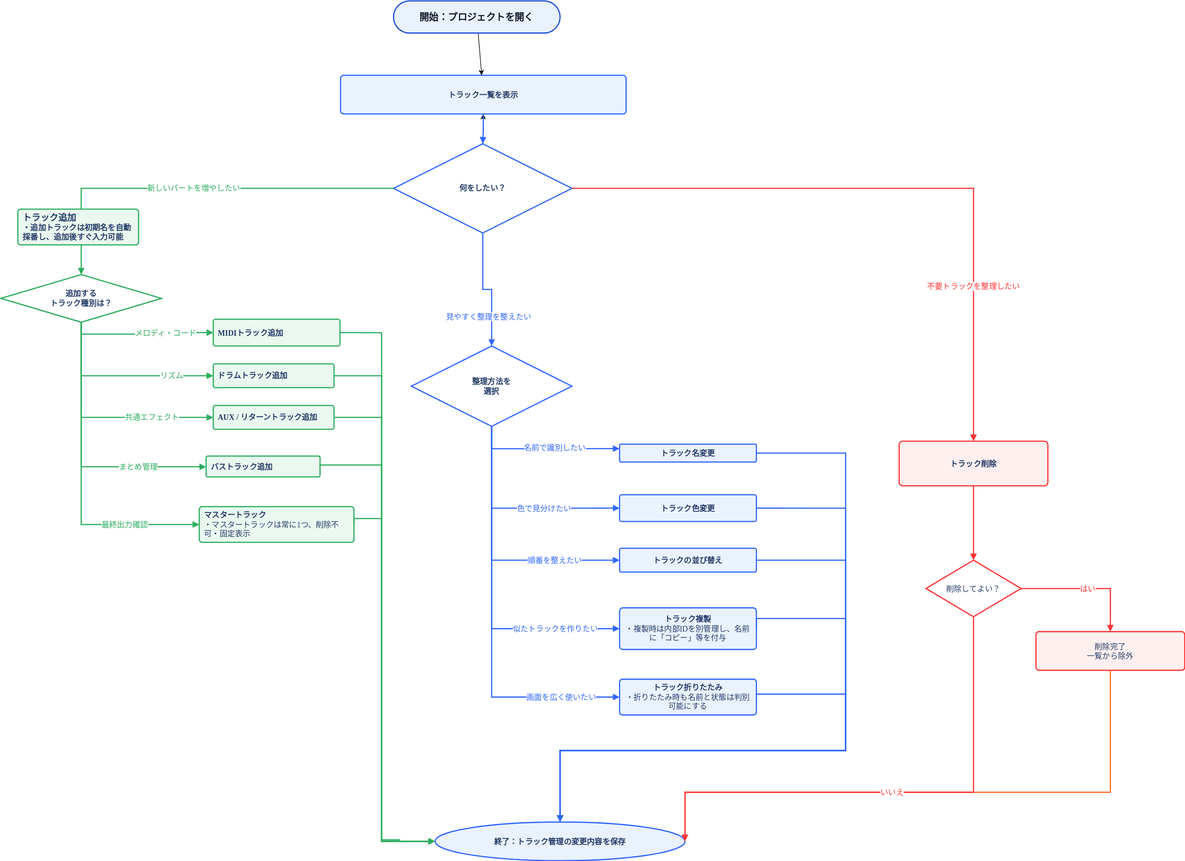
FujiJPProject/MusicflowsDocument keeps this draw.io diagram as ②設計/ユーザーフロー図/images/userflows2.drawio.svg. Above is the earlier version. Source tidied: cells renumbered, new cells last; positions are measured from the earlier drawing's top-left corner, leaving out a move shared by most shapes.
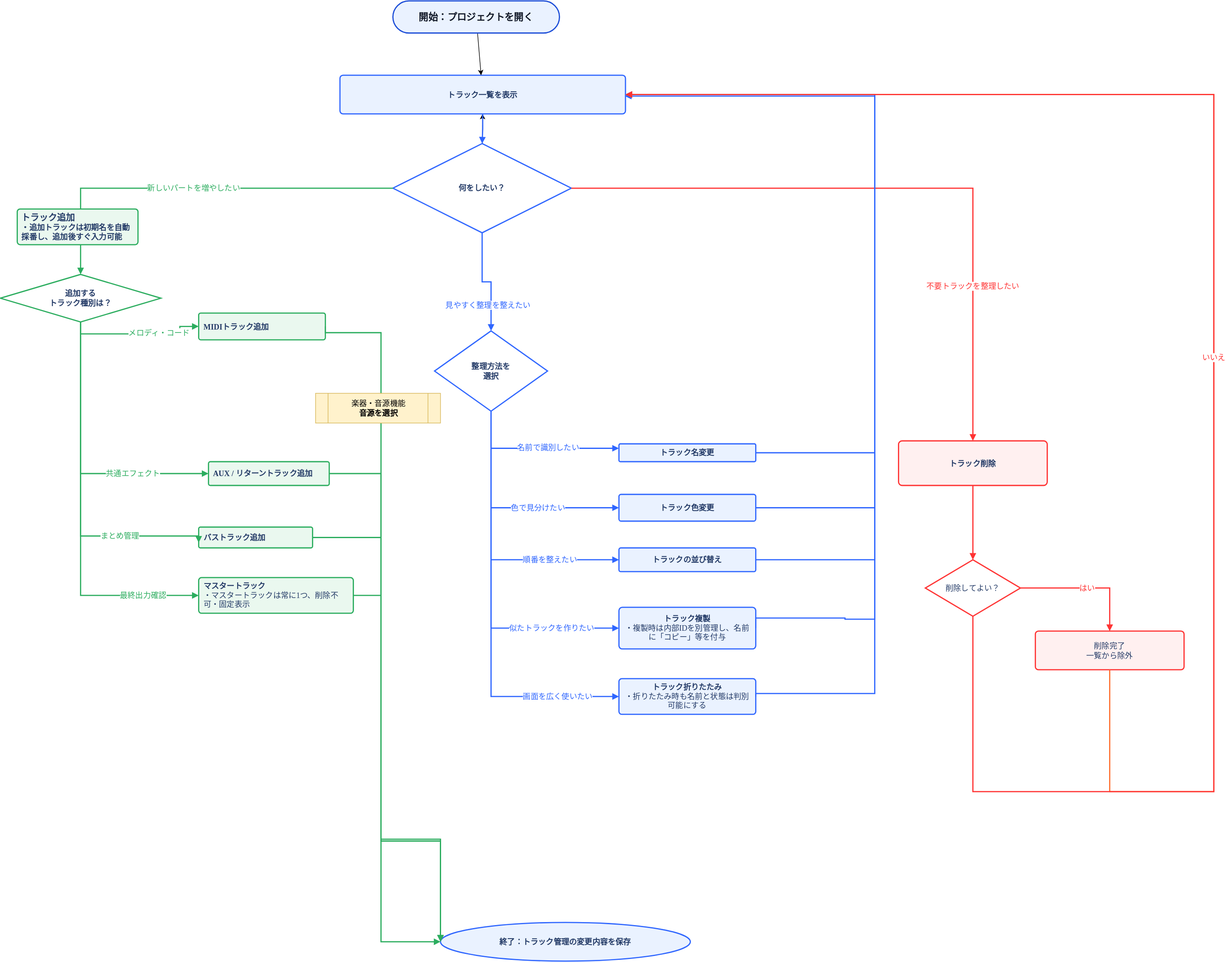
Later version of the same file.

Commit message:
楽器・音源機能のユーザーフロー図作成

What changed in the source:
```diff
@@ -18,22 +18,19 @@
       <mxGeometry y="460" width="270" height="80" as="geometry" />
     </mxCell>
     <mxCell id="7" value="MIDIトラック追加" style="rounded=1;fontFamily=Yu Gothic;html=1;whiteSpace=wrap;fillColor=#EAF8EF;strokeColor=#2CAD5F;strokeWidth=2;fontSize=13;fontColor=#243B67;spacing=8;arcSize=8;labelBorderColor=none;fontStyle=1;align=left;" parent="1" vertex="1">
-      <mxGeometry x="357" y="535" width="213" height="45" as="geometry" />
+      <mxGeometry x="333.5" y="525" width="213" height="45" as="geometry" />
     </mxCell>
-    <mxCell id="8" value="ドラムトラック追加" style="rounded=1;fontFamily=Yu Gothic;html=1;whiteSpace=wrap;fillColor=#EAF8EF;strokeColor=#2CAD5F;strokeWidth=2;fontSize=13;fontColor=#243B67;spacing=8;arcSize=8;labelBorderColor=none;fontStyle=1;align=left;" parent="1" vertex="1">
-      <mxGeometry x="357" y="610" width="203" height="40" as="geometry" />
-    </mxCell>
     <mxCell id="9" value="AUX / リターントラック追加" style="rounded=1;fontFamily=Yu Gothic;html=1;whiteSpace=wrap;fillColor=#EAF8EF;strokeColor=#2CAD5F;strokeWidth=2;fontSize=13;fontColor=#243B67;spacing=8;arcSize=8;labelBorderColor=none;fontStyle=1;align=left;" parent="1" vertex="1">
-      <mxGeometry x="357" y="680" width="203" height="40" as="geometry" />
+      <mxGeometry x="350" y="775" width="203" height="40" as="geometry" />
     </mxCell>
     <mxCell id="10" value="バストラック追加" style="rounded=1;fontFamily=Yu Gothic;html=1;whiteSpace=wrap;fillColor=#EAF8EF;strokeColor=#2CAD5F;strokeWidth=2;fontSize=13;fontColor=#243B67;spacing=8;arcSize=8;labelBorderColor=none;fontStyle=1;align=left;" parent="1" vertex="1">
-      <mxGeometry x="345" y="765" width="191.5" height="35" as="geometry" />
+      <mxGeometry x="333.5" y="885" width="191.5" height="35" as="geometry" />
     </mxCell>
     <mxCell id="11" value="マスタートラック&lt;br&gt;&lt;span style=&quot;color: rgb(36, 59, 103); font-weight: 400;&quot;&gt;・マスタートラックは常に1つ、削除不可・固定表示&lt;/span&gt;" style="rounded=1;fontFamily=Yu Gothic;html=1;whiteSpace=wrap;fillColor=#EAF8EF;strokeColor=#2CAD5F;strokeWidth=2;fontSize=13;fontColor=#243B67;spacing=8;arcSize=8;labelBorderColor=none;fontStyle=1;align=left;" parent="1" vertex="1">
-      <mxGeometry x="333.5" y="850" width="260" height="60" as="geometry" />
+      <mxGeometry x="333.5" y="970" width="260" height="60" as="geometry" />
     </mxCell>
     <mxCell id="12" value="整理方法を&lt;br&gt;選択" style="rhombus;fontFamily=Yu Gothic;html=1;whiteSpace=wrap;fillColor=#FFFFFF;strokeColor=#2F66FF;strokeWidth=2;fontSize=13;fontColor=#243B67;spacing=8;labelBorderColor=none;fontStyle=1;" parent="1" vertex="1">
-      <mxGeometry x="690" y="580" width="270" height="135" as="geometry" />
+      <mxGeometry x="730" y="555" width="190" height="135" as="geometry" />
     </mxCell>
     <mxCell id="13" value="トラック色変更" style="rounded=1;fontFamily=Yu Gothic;html=1;whiteSpace=wrap;fillColor=#EAF2FF;strokeColor=#2F66FF;strokeWidth=2;fontSize=13;fontColor=#243B67;spacing=8;arcSize=8;labelBorderColor=none;fontStyle=1;" parent="1" vertex="1">
       <mxGeometry x="1040" y="830" width="230" height="45" as="geometry" />
@@ -54,7 +51,7 @@
       <mxGeometry x="1740" y="1060" width="250" height="65" as="geometry" />
     </mxCell>
     <mxCell id="19" value="終了：トラック管理の変更内容を保存" style="ellipse;fontFamily=Yu Gothic;html=1;whiteSpace=wrap;rounded=1;fillColor=#EAF2FF;strokeColor=#2F66FF;strokeWidth=2;fontSize=13;fontColor=#243B67;spacing=8;labelBorderColor=none;fontStyle=1;" parent="1" vertex="1">
-      <mxGeometry x="730" y="1380" width="420" height="65" as="geometry" />
+      <mxGeometry x="740" y="1550" width="420" height="65" as="geometry" />
     </mxCell>
     <mxCell id="20" value="新しいパートを増やしたい" style="edgeStyle=orthogonalEdgeStyle;rounded=0;jettySize=auto;html=1;endArrow=block;endFill=1;strokeWidth=2;strokeColor=#2CAD5F;fontColor=#2CAD5F;fontSize=13;fontFamily=Yu Gothic;labelBorderColor=none;entryX=0.5;entryY=0;entryDx=0;entryDy=0;" parent="1" edge="1" source="4" target="6">
       <mxGeometry relative="1" as="geometry" />
@@ -73,18 +70,17 @@
         <mxPoint x="1" as="offset" />
       </mxGeometry>
     </mxCell>
-    <mxCell id="25" value="まとめ管理" style="edgeStyle=orthogonalEdgeStyle;rounded=0;jettySize=auto;html=1;endArrow=block;endFill=1;strokeWidth=2;strokeColor=#2CAD5F;fontColor=#2CAD5F;fontSize=13;fontFamily=Yu Gothic;labelBorderColor=none;exitX=0.5;exitY=1;exitDx=0;exitDy=0;" parent="1" edge="1" source="6" target="10">
+    <mxCell id="25" value="まとめ管理" style="edgeStyle=orthogonalEdgeStyle;rounded=0;jettySize=auto;html=1;endArrow=block;endFill=1;strokeWidth=2;strokeColor=#2CAD5F;fontColor=#2CAD5F;fontSize=13;fontFamily=Yu Gothic;labelBorderColor=none;exitX=0.5;exitY=1;exitDx=0;exitDy=0;entryX=0;entryY=0.75;entryDx=0;entryDy=0;" parent="1" edge="1" source="6" target="10">
       <mxGeometry x="0.5" relative="1" as="geometry">
         <Array as="points">
-          <mxPoint x="135" y="783" />
+          <mxPoint x="135" y="900" />
+          <mxPoint x="334" y="900" />
         </Array>
         <mxPoint x="-1" as="offset" />
       </mxGeometry>
     </mxCell>
     <mxCell id="26" value="最終出力確認" style="edgeStyle=orthogonalEdgeStyle;rounded=0;jettySize=auto;html=1;endArrow=block;endFill=1;strokeWidth=2;strokeColor=#2CAD5F;fontColor=#2CAD5F;fontSize=13;fontFamily=Yu Gothic;labelBorderColor=none;entryX=0;entryY=0.5;entryDx=0;entryDy=0;exitX=0.5;exitY=1;exitDx=0;exitDy=0;" parent="1" edge="1" source="6" target="11">
-      <mxGeometry x="0.53" relative="1" as="geometry">
-        <mxPoint x="1" as="offset" />
-      </mxGeometry>
+      <mxGeometry x="0.72" relative="1" as="geometry" />
     </mxCell>
     <mxCell id="27" style="edgeStyle=orthogonalEdgeStyle;rounded=0;jettySize=auto;html=1;endArrow=block;endFill=1;strokeWidth=2;strokeColor=#2CAD5F;fontColor=#2CAD5F;fontSize=13;fontFamily=Yu Gothic;labelBorderColor=none;exitX=1;exitY=0.5;exitDx=0;exitDy=0;entryX=0;entryY=0.5;entryDx=0;entryDy=0;" parent="1" edge="1" source="7" target="19">
       <mxGeometry relative="1" as="geometry">
@@ -94,38 +90,29 @@
         </Array>
       </mxGeometry>
     </mxCell>
-    <mxCell id="28" style="edgeStyle=orthogonalEdgeStyle;rounded=0;jettySize=auto;html=1;endArrow=block;endFill=1;strokeWidth=2;strokeColor=#2CAD5F;fontColor=#2CAD5F;fontSize=13;fontFamily=Yu Gothic;labelBorderColor=none;exitX=1;exitY=0.5;exitDx=0;exitDy=0;entryX=0;entryY=0.5;entryDx=0;entryDy=0;" parent="1" edge="1" source="8" target="19">
-      <mxGeometry relative="1" as="geometry">
-        <Array as="points">
-          <mxPoint x="640" y="630" />
-          <mxPoint x="640" y="1413" />
-        </Array>
-      </mxGeometry>
-    </mxCell>
     <mxCell id="29" style="edgeStyle=orthogonalEdgeStyle;rounded=0;jettySize=auto;html=1;endArrow=block;endFill=1;strokeWidth=2;strokeColor=#2CAD5F;fontColor=#2CAD5F;fontSize=13;fontFamily=Yu Gothic;labelBorderColor=none;exitX=1;exitY=0.5;exitDx=0;exitDy=0;entryX=0;entryY=0.5;entryDx=0;entryDy=0;" parent="1" edge="1" source="9" target="19">
       <mxGeometry relative="1" as="geometry">
         <Array as="points">
-          <mxPoint x="640" y="700" />
+          <mxPoint x="640" y="795" />
           <mxPoint x="640" y="1413" />
+          <mxPoint x="740" y="1413" />
         </Array>
       </mxGeometry>
     </mxCell>
     <mxCell id="30" style="edgeStyle=orthogonalEdgeStyle;rounded=0;jettySize=auto;html=1;endArrow=block;endFill=1;strokeWidth=2;strokeColor=#2CAD5F;fontColor=#2CAD5F;fontSize=13;fontFamily=Yu Gothic;labelBorderColor=none;exitX=1;exitY=0.5;exitDx=0;exitDy=0;entryX=0;entryY=0.5;entryDx=0;entryDy=0;" parent="1" edge="1" source="10" target="19">
       <mxGeometry relative="1" as="geometry">
         <Array as="points">
-          <mxPoint x="537" y="780" />
-          <mxPoint x="640" y="780" />
-          <mxPoint x="640" y="1413" />
+          <mxPoint x="640" y="903" />
+          <mxPoint x="640" y="1583" />
         </Array>
       </mxGeometry>
     </mxCell>
     <mxCell id="31" style="edgeStyle=orthogonalEdgeStyle;rounded=0;jettySize=auto;html=1;endArrow=block;endFill=1;strokeWidth=2;strokeColor=#2CAD5F;fontColor=#2CAD5F;fontSize=13;fontFamily=Yu Gothic;labelBorderColor=none;exitX=1;exitY=0.5;exitDx=0;exitDy=0;entryX=0;entryY=0.5;entryDx=0;entryDy=0;" parent="1" edge="1" source="11" target="19">
       <mxGeometry relative="1" as="geometry">
         <Array as="points">
-          <mxPoint x="594" y="870" />
-          <mxPoint x="640" y="870" />
+          <mxPoint x="640" y="1000" />
           <mxPoint x="640" y="1410" />
-          <mxPoint x="670" y="1410" />
+          <mxPoint x="740" y="1410" />
         </Array>
       </mxGeometry>
     </mxCell>
@@ -155,50 +142,47 @@
         </Array>
       </mxGeometry>
     </mxCell>
-    <mxCell id="37" style="edgeStyle=orthogonalEdgeStyle;rounded=0;jettySize=auto;html=1;endArrow=block;endFill=1;strokeWidth=2;strokeColor=#2F66FF;fontColor=#2F66FF;fontSize=13;fontFamily=Yu Gothic;labelBorderColor=none;exitX=1;exitY=0.5;exitDx=0;exitDy=0;entryX=0.5;entryY=0;entryDx=0;entryDy=0;" parent="1" edge="1" source="49" target="19">
+    <mxCell id="37" style="edgeStyle=orthogonalEdgeStyle;rounded=0;jettySize=auto;html=1;endArrow=block;endFill=1;strokeWidth=2;strokeColor=#2F66FF;fontColor=#2F66FF;fontSize=13;fontFamily=Yu Gothic;labelBorderColor=none;exitX=1;exitY=0.5;exitDx=0;exitDy=0;entryX=1;entryY=0.5;entryDx=0;entryDy=0;" parent="1" edge="1" source="49" target="2">
       <mxGeometry relative="1" as="geometry">
         <Array as="points">
-          <mxPoint x="1420" y="760" />
-          <mxPoint x="1420" y="1260" />
-          <mxPoint x="940" y="1260" />
+          <mxPoint x="1470" y="760" />
+          <mxPoint x="1470" y="157" />
         </Array>
       </mxGeometry>
     </mxCell>
-    <mxCell id="38" style="edgeStyle=orthogonalEdgeStyle;rounded=0;jettySize=auto;html=1;endArrow=block;endFill=1;strokeWidth=2;strokeColor=#2F66FF;fontColor=#2F66FF;fontSize=13;fontFamily=Yu Gothic;labelBorderColor=none;exitX=1;exitY=0.5;exitDx=0;exitDy=0;entryX=0.5;entryY=0;entryDx=0;entryDy=0;" parent="1" edge="1" source="13" target="19">
+    <mxCell id="38" style="edgeStyle=orthogonalEdgeStyle;rounded=0;jettySize=auto;html=1;endArrow=block;endFill=1;strokeWidth=2;strokeColor=#2F66FF;fontColor=#2F66FF;fontSize=13;fontFamily=Yu Gothic;labelBorderColor=none;exitX=1;exitY=0.5;exitDx=0;exitDy=0;entryX=1;entryY=0.5;entryDx=0;entryDy=0;" parent="1" edge="1" source="13" target="2">
       <mxGeometry relative="1" as="geometry">
         <Array as="points">
-          <mxPoint x="1420" y="853" />
-          <mxPoint x="1420" y="1260" />
-          <mxPoint x="940" y="1260" />
+          <mxPoint x="1470" y="853" />
+          <mxPoint x="1470" y="157" />
         </Array>
       </mxGeometry>
     </mxCell>
-    <mxCell id="39" style="edgeStyle=orthogonalEdgeStyle;rounded=0;jettySize=auto;html=1;endArrow=block;endFill=1;strokeWidth=2;strokeColor=#2F66FF;fontColor=#2F66FF;fontSize=13;fontFamily=Yu Gothic;labelBorderColor=none;exitX=1;exitY=0.5;exitDx=0;exitDy=0;entryX=0.5;entryY=0;entryDx=0;entryDy=0;" parent="1" edge="1" source="50" target="19">
+    <mxCell id="39" style="edgeStyle=orthogonalEdgeStyle;rounded=0;jettySize=auto;html=1;endArrow=block;endFill=1;strokeWidth=2;strokeColor=#2F66FF;fontColor=#2F66FF;fontSize=13;fontFamily=Yu Gothic;labelBorderColor=none;exitX=1;exitY=0.5;exitDx=0;exitDy=0;" parent="1" edge="1" source="50">
       <mxGeometry relative="1" as="geometry">
+        <mxPoint x="1050" y="160" as="targetPoint" />
         <Array as="points">
-          <mxPoint x="1420" y="940" />
-          <mxPoint x="1420" y="1260" />
-          <mxPoint x="940" y="1260" />
+          <mxPoint x="1470" y="940" />
+          <mxPoint x="1470" y="160" />
         </Array>
       </mxGeometry>
     </mxCell>
-    <mxCell id="40" style="edgeStyle=orthogonalEdgeStyle;rounded=0;jettySize=auto;html=1;endArrow=block;endFill=1;strokeWidth=2;strokeColor=#2F66FF;fontColor=#2F66FF;fontSize=13;fontFamily=Yu Gothic;labelBorderColor=none;exitX=1;exitY=0.5;exitDx=0;exitDy=0;entryX=0.5;entryY=0;entryDx=0;entryDy=0;" parent="1" edge="1" source="14" target="19">
+    <mxCell id="40" style="edgeStyle=orthogonalEdgeStyle;rounded=0;jettySize=auto;html=1;endArrow=block;endFill=1;strokeWidth=2;strokeColor=#2F66FF;fontColor=#2F66FF;fontSize=13;fontFamily=Yu Gothic;labelBorderColor=none;exitX=1;exitY=0.5;exitDx=0;exitDy=0;entryX=1;entryY=0.5;entryDx=0;entryDy=0;" parent="1" edge="1" source="14" target="2">
       <mxGeometry relative="1" as="geometry">
         <Array as="points">
           <mxPoint x="1270" y="1038" />
           <mxPoint x="1420" y="1038" />
-          <mxPoint x="1420" y="1260" />
-          <mxPoint x="940" y="1260" />
+          <mxPoint x="1470" y="1040" />
+          <mxPoint x="1470" y="157" />
         </Array>
       </mxGeometry>
     </mxCell>
-    <mxCell id="41" style="edgeStyle=orthogonalEdgeStyle;rounded=0;jettySize=auto;html=1;endArrow=block;endFill=1;strokeWidth=2;strokeColor=#2F66FF;fontColor=#2F66FF;fontSize=13;fontFamily=Yu Gothic;labelBorderColor=none;exitX=1;exitY=0.5;exitDx=0;exitDy=0;entryX=0.5;entryY=0;entryDx=0;entryDy=0;" parent="1" edge="1" source="15" target="19">
+    <mxCell id="41" style="edgeStyle=orthogonalEdgeStyle;rounded=0;jettySize=auto;html=1;endArrow=block;endFill=1;strokeWidth=2;strokeColor=#2F66FF;fontColor=#2F66FF;fontSize=13;fontFamily=Yu Gothic;labelBorderColor=none;exitX=1;exitY=0.5;exitDx=0;exitDy=0;entryX=1;entryY=0.5;entryDx=0;entryDy=0;" parent="1" edge="1" source="15" target="2">
       <mxGeometry relative="1" as="geometry">
         <Array as="points">
           <mxPoint x="1270" y="1165" />
-          <mxPoint x="1420" y="1165" />
-          <mxPoint x="1420" y="1260" />
-          <mxPoint x="940" y="1260" />
+          <mxPoint x="1470" y="1165" />
+          <mxPoint x="1470" y="157" />
         </Array>
       </mxGeometry>
     </mxCell>
@@ -208,11 +192,12 @@
     <mxCell id="43" value="はい" style="edgeStyle=orthogonalEdgeStyle;rounded=0;jettySize=auto;html=1;endArrow=block;endFill=1;strokeWidth=2;strokeColor=#FF3333;fontColor=#FF3333;fontSize=13;fontFamily=Yu Gothic;labelBorderColor=none;" parent="1" edge="1" source="17" target="18">
       <mxGeometry relative="1" as="geometry" />
     </mxCell>
-    <mxCell id="44" style="edgeStyle=orthogonalEdgeStyle;rounded=0;jettySize=auto;html=1;endArrow=block;endFill=1;strokeWidth=2;strokeColor=#FF6D2D;fontColor=#FF6D2D;fontSize=13;fontFamily=Yu Gothic;labelBorderColor=none;entryX=1;entryY=0.5;entryDx=0;entryDy=0;" parent="1" edge="1" source="18" target="19">
+    <mxCell id="44" style="edgeStyle=orthogonalEdgeStyle;rounded=0;jettySize=auto;html=1;endArrow=block;endFill=1;strokeWidth=2;strokeColor=#FF6D2D;fontColor=#FF6D2D;fontSize=13;fontFamily=Yu Gothic;labelBorderColor=none;entryX=1;entryY=0.5;entryDx=0;entryDy=0;" parent="1" edge="1" source="18" target="2">
       <mxGeometry relative="1" as="geometry">
         <Array as="points">
           <mxPoint x="1865" y="1330" />
-          <mxPoint x="1150" y="1330" />
+          <mxPoint x="2040" y="1330" />
+          <mxPoint x="2040" y="157" />
         </Array>
       </mxGeometry>
     </mxCell>
@@ -222,13 +207,6 @@
     <mxCell id="46" value="開始：プロジェクトを開く" style="rounded=1;whiteSpace=wrap;html=1;arcSize=50;fillColor=#EAF2FF;strokeColor=#1D4ED8;strokeWidth=2;fontSize=16;fontStyle=1;fontColor=#111827;" parent="1" vertex="1">
       <mxGeometry x="660" width="280" height="54" as="geometry" />
     </mxCell>
-    <mxCell id="47" value="リズム" style="edgeStyle=orthogonalEdgeStyle;rounded=0;jettySize=auto;html=1;endArrow=block;endFill=1;strokeWidth=2;strokeColor=#2CAD5F;fontColor=#2CAD5F;fontSize=13;fontFamily=Yu Gothic;labelBorderColor=none;entryX=0;entryY=0.5;entryDx=0;entryDy=0;exitX=0.5;exitY=1;exitDx=0;exitDy=0;" parent="1" edge="1" source="6" target="8">
-      <mxGeometry x="0.55" relative="1" as="geometry">
-        <Array as="points">
-          <mxPoint x="135" y="630" />
-        </Array>
-      </mxGeometry>
-    </mxCell>
     <mxCell id="48" value="&lt;font style=&quot;font-size: 15px;&quot;&gt;トラック追加&lt;/font&gt;&lt;div&gt;&lt;span style=&quot;color: rgb(36, 59, 103);&quot;&gt;・追加トラックは初期名を自動採番し、追加後すぐ入力可能&lt;/span&gt;&lt;/div&gt;" style="rounded=1;fontFamily=Yu Gothic;html=1;whiteSpace=wrap;fillColor=#EAF8EF;strokeColor=#2CAD5F;strokeWidth=2;fontSize=13;fontColor=#243B67;spacing=8;arcSize=8;labelBorderColor=none;fontStyle=1;align=left;" parent="1" vertex="1">
       <mxGeometry x="28.5" y="350" width="203" height="60" as="geometry" />
     </mxCell>
@@ -238,13 +216,17 @@
     <mxCell id="50" value="トラックの並び替え" style="rounded=1;fontFamily=Yu Gothic;html=1;whiteSpace=wrap;fillColor=#EAF2FF;strokeColor=#2F66FF;strokeWidth=2;fontSize=13;fontColor=#243B67;spacing=8;arcSize=8;labelBorderColor=none;fontStyle=1;" parent="1" vertex="1">
       <mxGeometry x="1040" y="920" width="230" height="40" as="geometry" />
     </mxCell>
-    <mxCell id="51" value="いいえ" style="edgeStyle=orthogonalEdgeStyle;rounded=0;jettySize=auto;html=1;endArrow=block;endFill=1;strokeWidth=2;strokeColor=#FF3333;fontColor=#FF3333;fontSize=13;fontFamily=Yu Gothic;labelBorderColor=none;exitX=0.5;exitY=1;exitDx=0;exitDy=0;entryX=1;entryY=0.5;entryDx=0;entryDy=0;" parent="1" edge="1" source="17" target="19">
+    <mxCell id="51" value="いいえ" style="edgeStyle=orthogonalEdgeStyle;rounded=0;jettySize=auto;html=1;endArrow=block;endFill=1;strokeWidth=2;strokeColor=#FF3333;fontColor=#FF3333;fontSize=13;fontFamily=Yu Gothic;labelBorderColor=none;exitX=0.5;exitY=1;exitDx=0;exitDy=0;entryX=1;entryY=0.5;entryDx=0;entryDy=0;" parent="1" edge="1" source="17" target="2">
       <mxGeometry relative="1" as="geometry">
         <Array as="points">
           <mxPoint x="1635" y="1330" />
-          <mxPoint x="1150" y="1330" />
+          <mxPoint x="2040" y="1330" />
+          <mxPoint x="2040" y="157" />
         </Array>
       </mxGeometry>
     </mxCell>
+    <mxCell id="52" value="楽器・音源機能&lt;div&gt;&lt;b&gt;音源を選択&lt;/b&gt;&lt;/div&gt;" style="shape=process;whiteSpace=wrap;html=1;backgroundOutline=1;fillColor=#fff2cc;strokeColor=#d6b656;fontSize=13;" parent="1" vertex="1">
+      <mxGeometry x="530" y="660" width="210" height="50" as="geometry" />
+    </mxCell>
   </root>
 </mxGraphModel>
```
